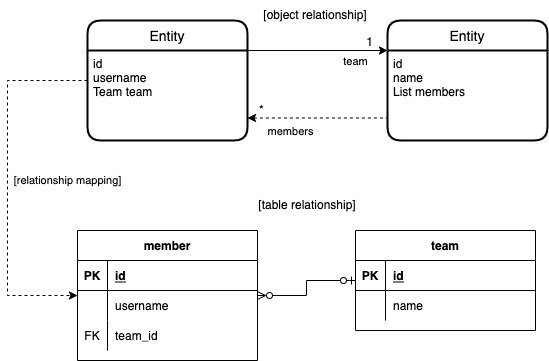
Earlier version of the draw.io export assets/img/jpa_study/ch.6/pic-6-2.png (Rama033/Rama033.github.io). Source tidied: cells renumbered, new cells last; positions are measured from the earlier drawing's top-left corner, leaving out a move shared by most shapes.
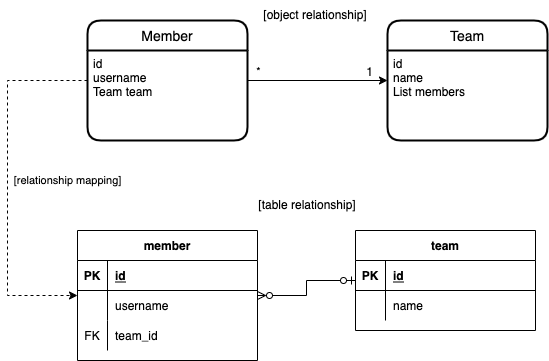
After the change.

The edit, as a diff of the source:
```diff
@@ -10,13 +10,13 @@
         </Array>
       </mxGeometry>
     </mxCell>
-    <mxCell id="3" value="Entity" style="swimlane;horizontal=1;startSize=30;rounded=1;fontSize=14;fontStyle=0;strokeWidth=2;shadow=0;dashed=0;align=center;" parent="1" vertex="1">
+    <mxCell id="3" value="Member" style="swimlane;horizontal=1;startSize=30;rounded=1;fontSize=14;fontStyle=0;strokeWidth=2;shadow=0;dashed=0;align=center;" parent="1" vertex="1">
       <mxGeometry x="80" y="20" width="160" height="120" as="geometry" />
     </mxCell>
     <mxCell id="4" value="id&#10;username&#10;Team team" style="align=left;strokeColor=none;fillColor=none;spacingLeft=4;fontSize=12;verticalAlign=top;" parent="3" vertex="1">
       <mxGeometry y="30" width="160" height="90" as="geometry" />
     </mxCell>
-    <mxCell id="5" value="Entity" style="swimlane;horizontal=1;startSize=30;rounded=1;fontSize=14;fontStyle=0;strokeWidth=2;shadow=0;dashed=0;align=center;" parent="1" vertex="1">
+    <mxCell id="5" value="Team" style="swimlane;horizontal=1;startSize=30;rounded=1;fontSize=14;fontStyle=0;strokeWidth=2;shadow=0;dashed=0;align=center;" parent="1" vertex="1">
       <mxGeometry x="380" y="20" width="160" height="120" as="geometry" />
     </mxCell>
     <mxCell id="6" value="id&#10;name&#10;List members" style="align=left;strokeColor=none;fillColor=none;spacingLeft=4;fontSize=12;verticalAlign=top;" parent="5" vertex="1">
@@ -76,7 +76,7 @@
     <mxCell id="24" value="name" style="shape=partialRectangle;fillColor=none;top=0;left=0;bottom=0;right=0;align=left;spacingLeft=6;overflow=hidden;" parent="22" vertex="1">
       <mxGeometry x="30" width="150" height="30" as="geometry" />
     </mxCell>
-    <mxCell id="25" style="endArrow=classic;html=1;rounded=0;endFill=1;exitX=1;exitY=0;exitDx=0;exitDy=0;entryX=0;entryY=0;entryDx=0;entryDy=0;" parent="1" edge="1" source="4" target="6">
+    <mxCell id="25" style="endArrow=classic;html=1;rounded=0;endFill=1;" parent="1" edge="1" source="3" target="5">
       <mxGeometry relative="1" as="geometry" />
     </mxCell>
     <mxCell id="26" style="html=1;align=left;verticalAlign=bottom;" parent="25" vertex="1">
@@ -89,34 +89,16 @@
         <mxPoint x="-14" as="offset" />
       </mxGeometry>
     </mxCell>
-    <mxCell id="28" value="team" style="edgeLabel;html=1;align=center;verticalAlign=middle;" parent="25" vertex="1">
-      <mxGeometry x="0.53" relative="1" as="geometry">
-        <mxPoint y="10" as="offset" />
-      </mxGeometry>
-    </mxCell>
+    <mxCell id="32" value="*" style="edgeLabel;html=1;align=center;verticalAlign=middle;" parent="25" vertex="1">
+      <mxGeometry x="-0.53" y="-1" relative="1" as="geometry">
+        <mxPoint x="-23" y="-11" as="offset" />
+      </mxGeometry>
+    </mxCell>
     <mxCell id="29" value="[object relationship]" style="text;html=1;strokeColor=none;fillColor=none;align=center;verticalAlign=middle;whiteSpace=wrap;rounded=0;" parent="1" vertex="1">
       <mxGeometry x="248" width="120" height="30" as="geometry" />
     </mxCell>
     <mxCell id="30" value="[table relationship]" style="text;html=1;strokeColor=none;fillColor=none;align=center;verticalAlign=middle;whiteSpace=wrap;rounded=0;" parent="1" vertex="1">
       <mxGeometry x="240" y="190" width="120" height="30" as="geometry" />
     </mxCell>
-    <mxCell id="31" style="endArrow=none;html=1;rounded=0;endFill=0;exitX=1;exitY=0.75;exitDx=0;exitDy=0;entryX=0;entryY=0.75;entryDx=0;entryDy=0;dashed=1;startArrow=classic;startFill=1;" parent="1" edge="1" source="4" target="6">
-      <mxGeometry relative="1" as="geometry" />
-    </mxCell>
-    <mxCell id="32" value="*" style="html=1;align=left;verticalAlign=bottom;" parent="31" vertex="1">
-      <mxGeometry x="-1" relative="1" as="geometry">
-        <mxPoint x="10" as="offset" />
-      </mxGeometry>
-    </mxCell>
-    <mxCell id="33" style="html=1;align=right;verticalAlign=bottom;" parent="31" vertex="1">
-      <mxGeometry x="1" relative="1" as="geometry">
-        <mxPoint x="-14" as="offset" />
-      </mxGeometry>
-    </mxCell>
-    <mxCell id="34" value="members" style="edgeLabel;html=1;align=center;verticalAlign=middle;" parent="31" vertex="1">
-      <mxGeometry x="-0.4" y="-1" relative="1" as="geometry">
-        <mxPoint y="12" as="offset" />
-      </mxGeometry>
-    </mxCell>
   </root>
 </mxGraphModel>
```
